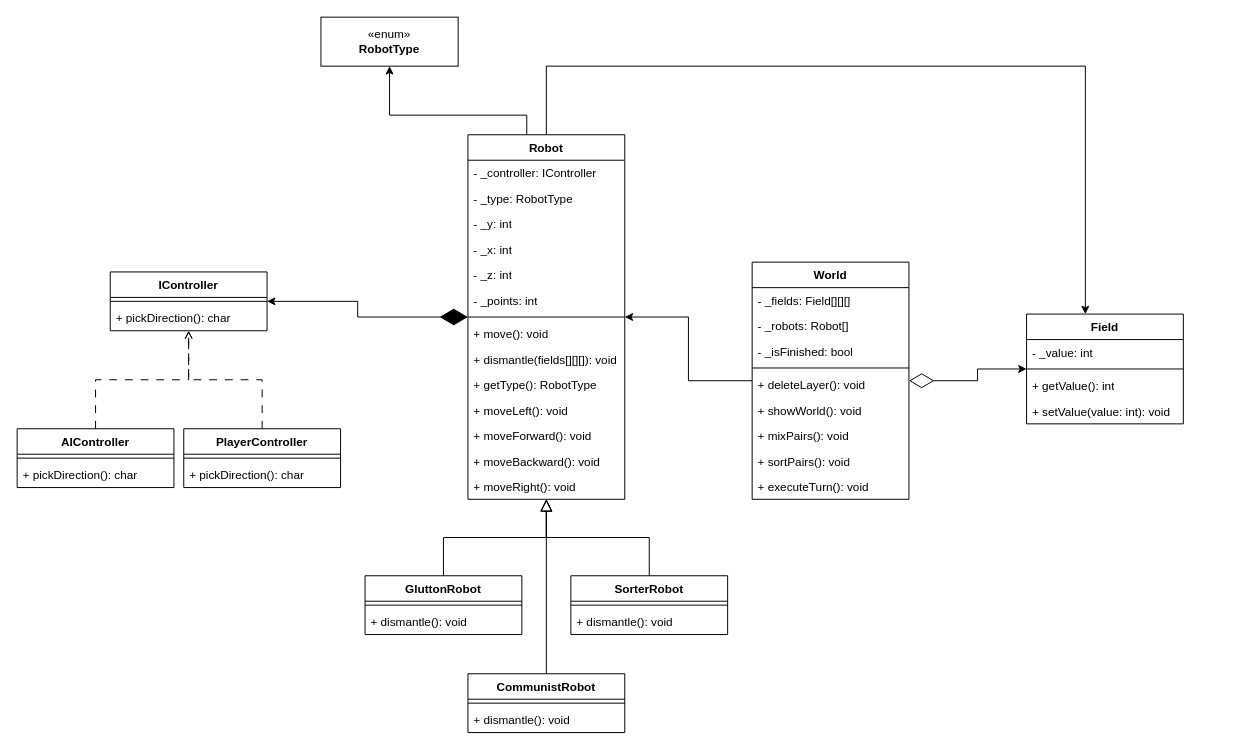
ergimandija/ParallelDeepMiner keeps this draw.io diagram as DeepMiner.drawio. Above is the earlier version. Source tidied: cells renumbered, new cells numbered last; positions are measured from the earlier drawing's top-left corner, leaving out a move shared by most shapes. Both pictures are drawn from the tidied source at 98%, with x=0, y=0 at pixel (17, 17).
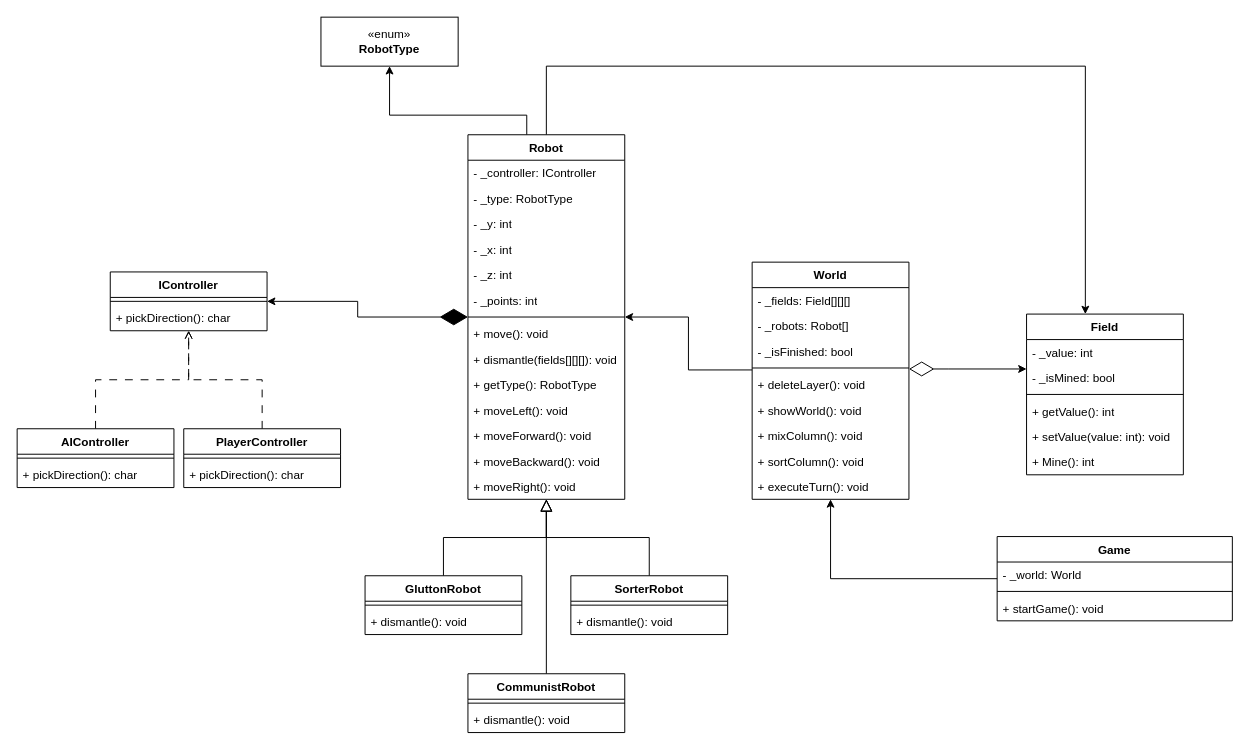
After the change.

Unchanged cells that the change refers to:
```xml
<mxCell id="4" value="World" style="swimlane;fontStyle=1;align=center;verticalAlign=top;horizontal=1;startSize=26;whiteSpace=wrap;html=1;" parent="1" vertex="1">
  <mxGeometry x="750" y="250" width="160" height="242" as="geometry" />
</mxCell>
<mxCell id="22" value="Robot" style="swimlane;fontStyle=1;align=center;verticalAlign=top;horizontal=1;startSize=26;whiteSpace=wrap;html=1;" parent="1" vertex="1">
  <mxGeometry x="460" y="120" width="160" height="372" as="geometry" />
</mxCell>
```

Diff of the diagram source:
```diff
@@
     <mxCell id="2" style="edgeStyle=orthogonalEdgeStyle;rounded=0;jettySize=auto;html=1;startArrow=diamondThin;startFill=0;startSize=23;" parent="1" edge="1" source="4" target="14">
-      <mxGeometry relative="1" as="geometry" />
+      <mxGeometry relative="1" as="geometry">
+        <Array as="points">
+          <mxPoint x="950" y="359" />
+          <mxPoint x="950" y="359" />
+        </Array>
+      </mxGeometry>
     </mxCell>
     <mxCell id="3" style="edgeStyle=orthogonalEdgeStyle;rounded=0;jettySize=auto;html=1;" parent="1" edge="1" source="4" target="22">
-      <mxGeometry relative="1" as="geometry" />
+      <mxGeometry relative="1" as="geometry">
+        <Array as="points">
+          <mxPoint x="685" y="360" />
+          <mxPoint x="685" y="306" />
+        </Array>
+      </mxGeometry>
     </mxCell>
@@
-    <mxCell id="11" value="+ mixPairs(): void" style="text;strokeColor=none;fillColor=none;align=left;verticalAlign=top;spacingLeft=4;spacingRight=4;overflow=hidden;whiteSpace=wrap;html=1;" parent="4" vertex="1">
+    <mxCell id="11" value="+ mixColumn(): void" style="text;strokeColor=none;fillColor=none;align=left;verticalAlign=top;spacingLeft=4;spacingRight=4;overflow=hidden;whiteSpace=wrap;html=1;" parent="4" vertex="1">
       <mxGeometry y="164" width="160" height="26" as="geometry" />
     </mxCell>
-    <mxCell id="12" value="+ sortPairs(): void" style="text;strokeColor=none;fillColor=none;align=left;verticalAlign=top;spacingLeft=4;spacingRight=4;overflow=hidden;whiteSpace=wrap;html=1;" parent="4" vertex="1">
+    <mxCell id="12" value="+ sortColumn(): void" style="text;strokeColor=none;fillColor=none;align=left;verticalAlign=top;spacingLeft=4;spacingRight=4;overflow=hidden;whiteSpace=wrap;html=1;" parent="4" vertex="1">
       <mxGeometry y="190" width="160" height="26" as="geometry" />
     </mxCell>
@@
     <mxCell id="14" value="Field" style="swimlane;fontStyle=1;align=center;verticalAlign=top;horizontal=1;startSize=26;whiteSpace=wrap;html=1;" parent="1" vertex="1">
-      <mxGeometry x="1030" y="303" width="160" height="112" as="geometry" />
+      <mxGeometry x="1030" y="303" width="160" height="164" as="geometry" />
     </mxCell>
@@
+    <mxCell id="61" value="- _isMined: bool" style="text;strokeColor=none;fillColor=none;align=left;verticalAlign=top;spacingLeft=4;spacingRight=4;overflow=hidden;whiteSpace=wrap;html=1;" parent="14" vertex="1">
+      <mxGeometry y="52" width="160" height="26" as="geometry" />
+    </mxCell>
     <mxCell id="16" style="line;strokeWidth=1;fillColor=none;align=left;verticalAlign=middle;spacingTop=-1;spacingLeft=3;spacingRight=3;labelPosition=right;strokeColor=inherit;" parent="14" vertex="1">
-      <mxGeometry y="52" width="160" height="8" as="geometry" />
+      <mxGeometry y="78" width="160" height="8" as="geometry" />
     </mxCell>
     <mxCell id="17" value="+ getValue(): int" style="text;strokeColor=none;fillColor=none;align=left;verticalAlign=top;spacingLeft=4;spacingRight=4;overflow=hidden;whiteSpace=wrap;html=1;" parent="14" vertex="1">
-      <mxGeometry y="60" width="160" height="26" as="geometry" />
+      <mxGeometry y="86" width="160" height="26" as="geometry" />
     </mxCell>
     <mxCell id="18" value="+ setValue(value: int): void" style="text;strokeColor=none;fillColor=none;align=left;verticalAlign=top;spacingLeft=4;spacingRight=4;overflow=hidden;whiteSpace=wrap;html=1;" parent="14" vertex="1">
-      <mxGeometry y="86" width="160" height="26" as="geometry" />
+      <mxGeometry y="112" width="160" height="26" as="geometry" />
     </mxCell>
+    <mxCell id="62" value="+ Mine(): int" style="text;strokeColor=none;fillColor=none;align=left;verticalAlign=top;spacingLeft=4;spacingRight=4;overflow=hidden;whiteSpace=wrap;html=1;" parent="14" vertex="1">
+      <mxGeometry y="138" width="160" height="26" as="geometry" />
+    </mxCell>
@@
+    <mxCell id="63" style="edgeStyle=orthogonalEdgeStyle;rounded=0;jettySize=auto;html=1;" parent="1" edge="1" source="64" target="4">
+      <mxGeometry relative="1" as="geometry" />
+    </mxCell>
+    <mxCell id="64" value="Game" style="swimlane;fontStyle=1;align=center;verticalAlign=top;horizontal=1;startSize=26;whiteSpace=wrap;html=1;" parent="1" vertex="1">
+      <mxGeometry x="1000" y="530" width="240" height="86" as="geometry" />
+    </mxCell>
+    <mxCell id="65" value="- _world: World" style="text;strokeColor=none;fillColor=none;align=left;verticalAlign=top;spacingLeft=4;spacingRight=4;overflow=hidden;whiteSpace=wrap;html=1;" parent="64" vertex="1">
+      <mxGeometry y="26" width="240" height="26" as="geometry" />
+    </mxCell>
+    <mxCell id="66" style="line;strokeWidth=1;fillColor=none;align=left;verticalAlign=middle;spacingTop=-1;spacingLeft=3;spacingRight=3;labelPosition=right;strokeColor=inherit;" parent="64" vertex="1">
+      <mxGeometry y="52" width="240" height="8" as="geometry" />
+    </mxCell>
+    <mxCell id="67" value="+ startGame(): void" style="text;strokeColor=none;fillColor=none;align=left;verticalAlign=top;spacingLeft=4;spacingRight=4;overflow=hidden;whiteSpace=wrap;html=1;" parent="64" vertex="1">
+      <mxGeometry y="60" width="240" height="26" as="geometry" />
+    </mxCell>
```
